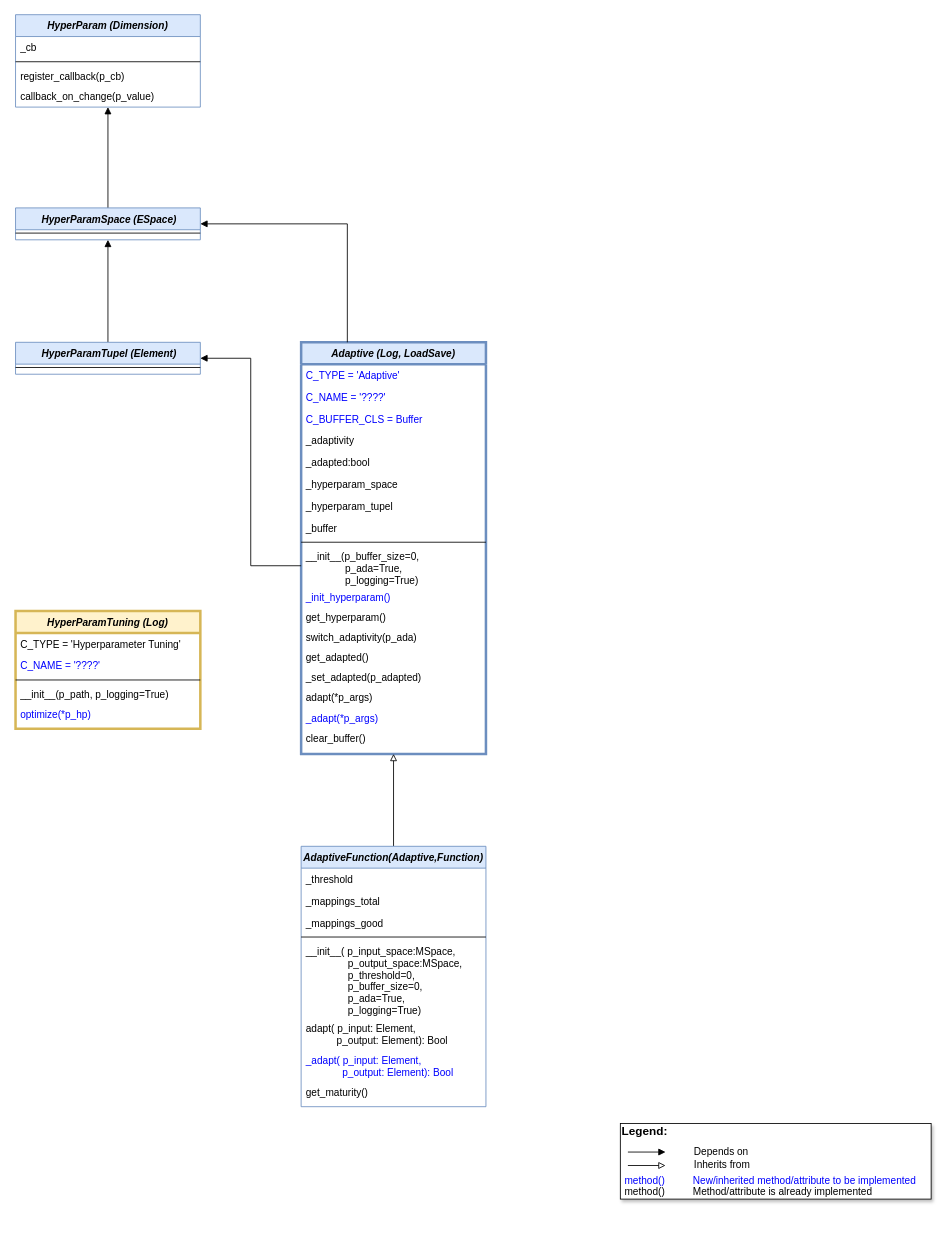
The draw.io diagram doc/bf/uml_ml.drawio in fhswf/MLPro, before the edit. Source tidied: cells renumbered, new cells numbered last; positions are measured from the earlier drawing's top-left corner, leaving out a move shared by most shapes. Both pictures are drawn from the tidied source at 84%, with x=0, y=0 at pixel (15, 14).
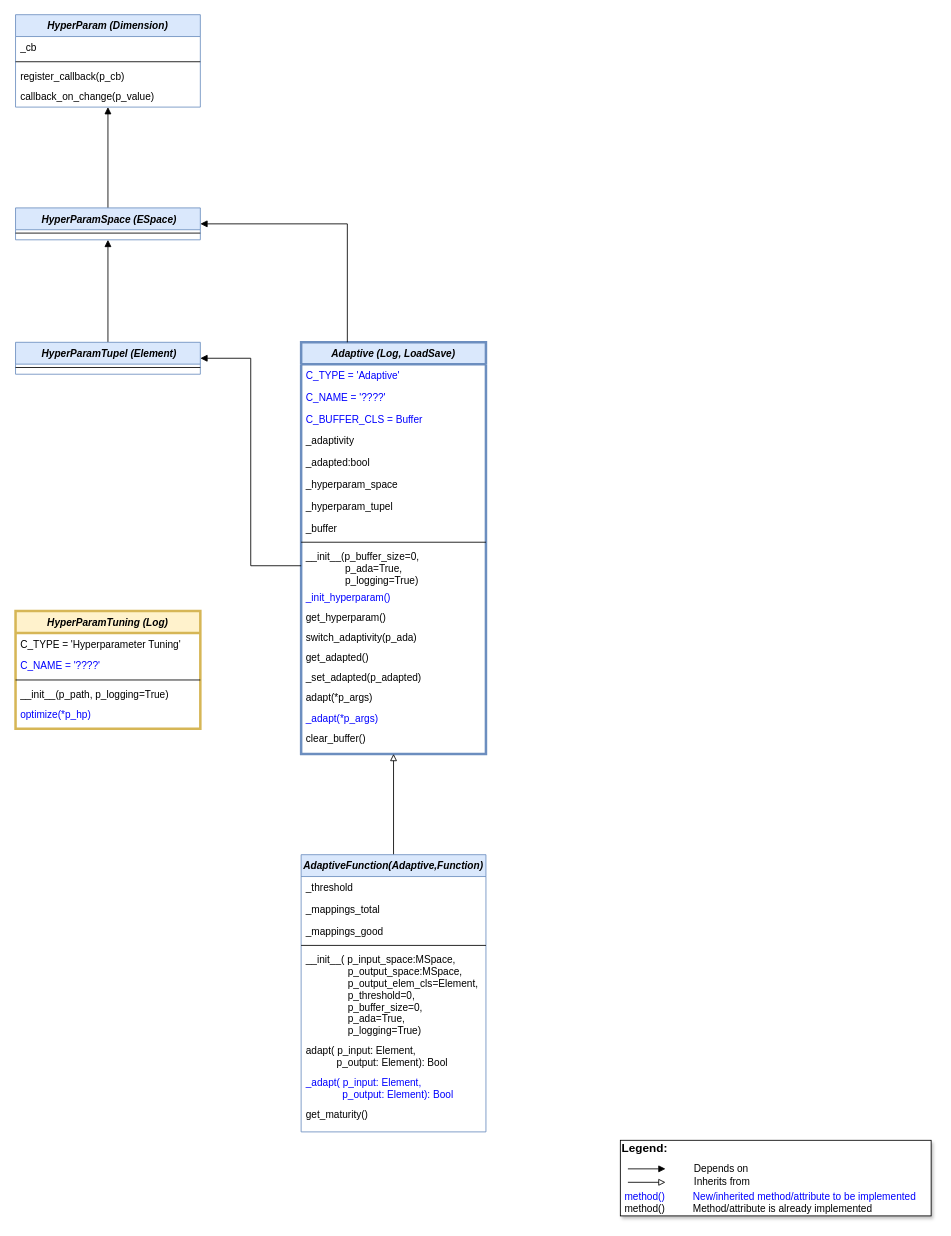
The same diagram, later.

Diff of the diagram source:
```diff
@@
     <mxCell id="2" style="group;" parent="1" vertex="1">
-      <mxGeometry x="720" y="1320" width="370" height="90" as="geometry" />
+      <mxGeometry x="720" y="1340" width="370" height="90" as="geometry" />
     </mxCell>
@@
     <mxCell id="45" value="AdaptiveFunction(Adaptive,Function)" style="swimlane;fontStyle=3;align=center;verticalAlign=top;horizontal=1;startSize=26;rounded=0;shadow=0;strokeWidth=1;fillColor=#dae8fc;strokeColor=#6c8ebf;" parent="1" vertex="1">
-      <mxGeometry x="340" y="990" width="220" height="310" as="geometry" />
+      <mxGeometry x="340" y="1000" width="220" height="330" as="geometry" />
     </mxCell>
@@
-    <mxCell id="50" value="__init__( p_input_space:MSpace,&#10;               p_output_space:MSpace,&#10;               p_threshold=0,&#10;               p_buffer_size=0,&#10;               p_ada=True, &#10;               p_logging=True)" style="text;align=left;verticalAlign=top;spacingLeft=4;spacingRight=4;overflow=hidden;" parent="45" vertex="1">
-      <mxGeometry y="112" width="220" height="92" as="geometry" />
+    <mxCell id="50" value="__init__( p_input_space:MSpace,&#10;               p_output_space:MSpace,&#10;               p_output_elem_cls=Element,&#10;               p_threshold=0,&#10;               p_buffer_size=0,&#10;               p_ada=True, &#10;               p_logging=True)" style="text;align=left;verticalAlign=top;spacingLeft=4;spacingRight=4;overflow=hidden;" parent="45" vertex="1">
+      <mxGeometry y="112" width="220" height="108" as="geometry" />
     </mxCell>
     <mxCell id="51" value="adapt( p_input: Element,&#10;           p_output: Element): Bool" style="text;align=left;verticalAlign=top;spacingLeft=4;spacingRight=4;overflow=hidden;" parent="45" vertex="1">
-      <mxGeometry y="204" width="220" height="38" as="geometry" />
+      <mxGeometry y="220" width="220" height="38" as="geometry" />
     </mxCell>
     <mxCell id="52" value="_adapt( p_input: Element,&#10;             p_output: Element): Bool" style="text;align=left;verticalAlign=top;spacingLeft=4;spacingRight=4;overflow=hidden;fontColor=#0000FF;" parent="45" vertex="1">
-      <mxGeometry y="242" width="220" height="38" as="geometry" />
+      <mxGeometry y="258" width="220" height="38" as="geometry" />
     </mxCell>
     <mxCell id="53" value="get_maturity()" style="text;align=left;verticalAlign=top;spacingLeft=4;spacingRight=4;overflow=hidden;" parent="45" vertex="1">
-      <mxGeometry y="280" width="220" height="24" as="geometry" />
+      <mxGeometry y="296" width="220" height="24" as="geometry" />
     </mxCell>
```
